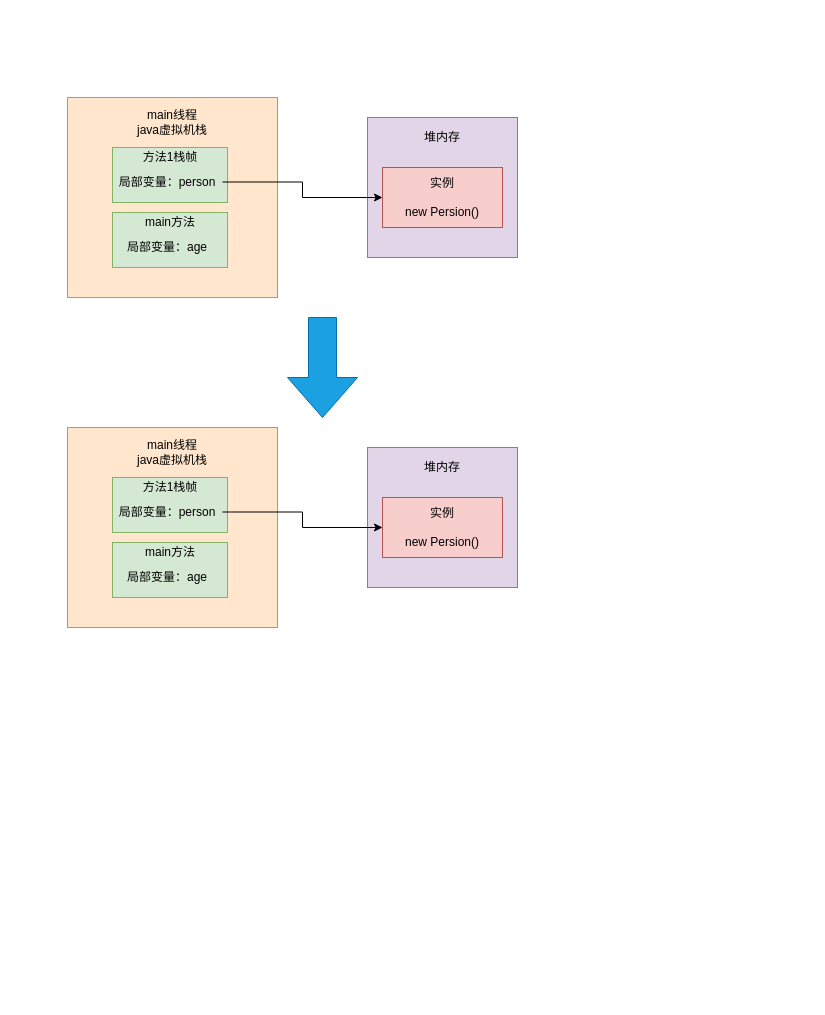
This is 架构图例/其他图/005_JVM垃圾回收机制简介.drawio from childin/childin, a draw.io file, before an edit. Source tidied: cells renumbered, new cells numbered last; positions are measured from the earlier drawing's top-left corner, leaving out a move shared by most shapes. Both pictures are drawn from the tidied source at 100%, with x=0, y=0 at pixel (67, 97).
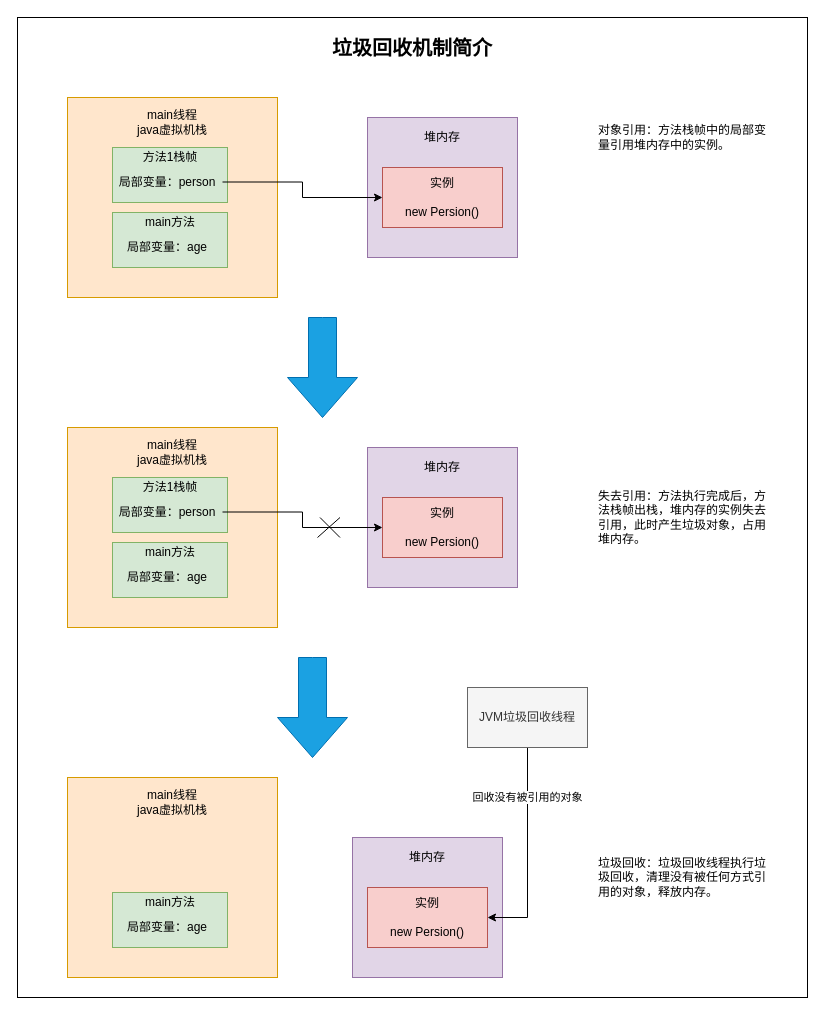
After the change.

Commit message:
更新005_JVM垃圾回收机制简介.drawio

The change refers to these unchanged cells:
```xml
<mxCell id="21" value="局部变量：person" style="text;html=1;strokeColor=none;fillColor=none;align=center;verticalAlign=middle;whiteSpace=wrap;rounded=0;" parent="18" vertex="1">
  <mxGeometry y="27" width="110" height="15" as="geometry" />
</mxCell>
<mxCell id="28" value="实例&lt;br&gt;&lt;br&gt;new Persion()" style="rounded=0;whiteSpace=wrap;html=1;fillColor=#f8cecc;strokeColor=#b85450;" parent="1" vertex="1">
  <mxGeometry x="315" y="400" width="120" height="60" as="geometry" />
</mxCell>
```

What changed in the source:
```diff
@@
+    <mxCell id="31" style="rounded=0;whiteSpace=wrap;html=1;labelBackgroundColor=none;fontColor=#000000;" parent="1" vertex="1">
+      <mxGeometry x="-50" y="-80" width="790" height="980" as="geometry" />
+    </mxCell>
@@
+    <mxCell id="30" style="html=1;shadow=0;dashed=0;align=center;verticalAlign=middle;shape=mxgraph.arrows2.arrow;dy=0.6;dx=40;direction=south;notch=0;fillColor=#1ba1e2;strokeColor=#006EAF;fontColor=#ffffff;" parent="1" vertex="1">
+      <mxGeometry x="220" y="220" width="70" height="100" as="geometry" />
+    </mxCell>
-    <mxCell id="29" style="edgeStyle=orthogonalEdgeStyle;rounded=0;jettySize=auto;html=1;" parent="1" edge="1" source="21" target="28">
+    <mxCell id="29" style="edgeStyle=orthogonalEdgeStyle;rounded=0;jettySize=auto;html=1;fontColor=#1A1A1A;" parent="1" edge="1" source="21" target="28">
       <mxGeometry relative="1" as="geometry" />
     </mxCell>
-    <mxCell id="30" style="html=1;shadow=0;dashed=0;align=center;verticalAlign=middle;shape=mxgraph.arrows2.arrow;dy=0.6;dx=40;direction=south;notch=0;fillColor=#1ba1e2;strokeColor=#006EAF;fontColor=#ffffff;" parent="1" vertex="1">
-      <mxGeometry x="220" y="220" width="70" height="100" as="geometry" />
-    </mxCell>
+    <mxCell id="32" style="group;" parent="1" vertex="1">
+      <mxGeometry x="250" y="420" width="22.5" height="20" as="geometry" />
+    </mxCell>
+    <mxCell id="33" style="endArrow=none;html=1;fontColor=#1A1A1A;" parent="32" edge="1">
+      <mxGeometry relative="1" as="geometry">
+        <mxPoint y="20" as="sourcePoint" />
+        <mxPoint x="22.5" as="targetPoint" />
+      </mxGeometry>
+    </mxCell>
+    <mxCell id="34" style="endArrow=none;html=1;fontColor=#1A1A1A;" parent="32" edge="1">
+      <mxGeometry relative="1" as="geometry">
+        <mxPoint x="2.5" as="sourcePoint" />
+        <mxPoint x="22.5" y="20" as="targetPoint" />
+      </mxGeometry>
+    </mxCell>
+    <mxCell id="35" style="html=1;shadow=0;dashed=0;align=center;verticalAlign=middle;shape=mxgraph.arrows2.arrow;dy=0.6;dx=40;direction=south;notch=0;fillColor=#1ba1e2;strokeColor=#006EAF;fontColor=#ffffff;" parent="1" vertex="1">
+      <mxGeometry x="210" y="560" width="70" height="100" as="geometry" />
+    </mxCell>
+    <mxCell id="36" style="rounded=0;whiteSpace=wrap;html=1;fillColor=#ffe6cc;strokeColor=#d79b00;" parent="1" vertex="1">
+      <mxGeometry y="680" width="210" height="200" as="geometry" />
+    </mxCell>
+    <mxCell id="37" value="main线程&lt;br&gt;java虚拟机栈" style="text;html=1;strokeColor=none;fillColor=none;align=center;verticalAlign=middle;whiteSpace=wrap;rounded=0;" parent="1" vertex="1">
+      <mxGeometry x="50" y="690" width="110" height="30" as="geometry" />
+    </mxCell>
+    <mxCell id="38" style="group;" parent="1" vertex="1">
+      <mxGeometry x="45" y="795" width="115" height="55" as="geometry" />
+    </mxCell>
+    <mxCell id="39" style="rounded=0;whiteSpace=wrap;html=1;fillColor=#d5e8d4;strokeColor=#82b366;" parent="38" vertex="1">
+      <mxGeometry width="115" height="55" as="geometry" />
+    </mxCell>
+    <mxCell id="40" value="main方法" style="text;html=1;strokeColor=none;fillColor=none;align=center;verticalAlign=middle;whiteSpace=wrap;rounded=0;" parent="38" vertex="1">
+      <mxGeometry x="21.5" width="72" height="20" as="geometry" />
+    </mxCell>
+    <mxCell id="41" value="局部变量：age" style="text;html=1;strokeColor=none;fillColor=none;align=center;verticalAlign=middle;whiteSpace=wrap;rounded=0;" parent="38" vertex="1">
+      <mxGeometry y="27" width="110" height="15" as="geometry" />
+    </mxCell>
+    <mxCell id="42" style="rounded=0;whiteSpace=wrap;html=1;fillColor=#e1d5e7;strokeColor=#9673a6;" parent="1" vertex="1">
+      <mxGeometry x="285" y="740" width="150" height="140" as="geometry" />
+    </mxCell>
+    <mxCell id="43" value="堆内存" style="text;html=1;strokeColor=none;fillColor=none;align=center;verticalAlign=middle;whiteSpace=wrap;rounded=0;" parent="1" vertex="1">
+      <mxGeometry x="340" y="750" width="40" height="20" as="geometry" />
+    </mxCell>
+    <mxCell id="44" value="实例&lt;br&gt;&lt;br&gt;new Persion()" style="rounded=0;whiteSpace=wrap;html=1;fillColor=#f8cecc;strokeColor=#b85450;" parent="1" vertex="1">
+      <mxGeometry x="300" y="790" width="120" height="60" as="geometry" />
+    </mxCell>
+    <mxCell id="45" value="&lt;div style=&quot;text-align: left&quot;&gt;&lt;span&gt;对象引用：方法栈帧中的局部变量引用堆内存中的实例。&lt;/span&gt;&lt;/div&gt;" style="text;html=1;strokeColor=none;fillColor=none;align=center;verticalAlign=middle;whiteSpace=wrap;rounded=0;labelBackgroundColor=none;" parent="1" vertex="1">
+      <mxGeometry x="530" y="30" width="180" height="20" as="geometry" />
+    </mxCell>
+    <mxCell id="46" value="&lt;div style=&quot;text-align: left&quot;&gt;失去引用：方法执行完成后，方法栈帧出栈，堆内存的实例失去引用，此时产生垃圾对象，占用堆内存。&lt;/div&gt;" style="text;html=1;strokeColor=none;fillColor=none;align=center;verticalAlign=middle;whiteSpace=wrap;rounded=0;labelBackgroundColor=none;" parent="1" vertex="1">
+      <mxGeometry x="530" y="410" width="180" height="20" as="geometry" />
+    </mxCell>
+    <mxCell id="47" value="&lt;div style=&quot;text-align: left&quot;&gt;垃圾回收：垃圾回收线程执行垃圾回收，清理没有被任何方式引用的对象，释放内存。&lt;/div&gt;" style="text;html=1;strokeColor=none;fillColor=none;align=center;verticalAlign=middle;whiteSpace=wrap;rounded=0;labelBackgroundColor=none;" parent="1" vertex="1">
+      <mxGeometry x="530" y="770" width="180" height="20" as="geometry" />
+    </mxCell>
+    <mxCell id="48" value="回收没有被引用的对象" style="edgeStyle=orthogonalEdgeStyle;rounded=0;jettySize=auto;html=1;entryX=1;entryY=0.5;entryDx=0;entryDy=0;fontColor=#000000;" parent="1" edge="1" source="49" target="44">
+      <mxGeometry x="-0.52" relative="1" as="geometry" />
+    </mxCell>
+    <mxCell id="49" value="JVM垃圾回收线程" style="rounded=0;whiteSpace=wrap;html=1;labelBackgroundColor=none;fontColor=#333333;fillColor=#f5f5f5;strokeColor=#666666;" parent="1" vertex="1">
+      <mxGeometry x="400" y="590" width="120" height="60" as="geometry" />
+    </mxCell>
+    <mxCell id="50" value="垃圾回收机制简介" style="text;html=1;strokeColor=none;fillColor=none;align=center;verticalAlign=middle;whiteSpace=wrap;rounded=0;labelBackgroundColor=none;fontColor=#000000;fontSize=20;fontStyle=1;" parent="1" vertex="1">
+      <mxGeometry x="230" y="-60" width="230" height="20" as="geometry" />
+    </mxCell>
```
